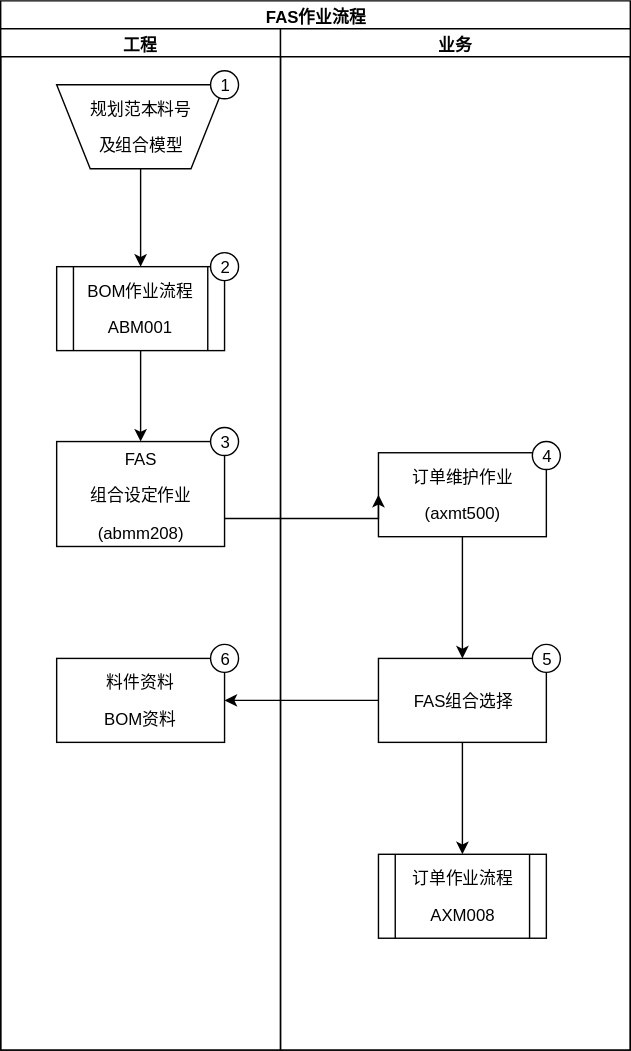
ft2017/sop keeps this draw.io diagram as ver01/ABM007.svg. Above is the earlier version. Source tidied: cells renumbered, new cells last; positions are measured from the earlier drawing's top-left corner, leaving out a move shared by most shapes.
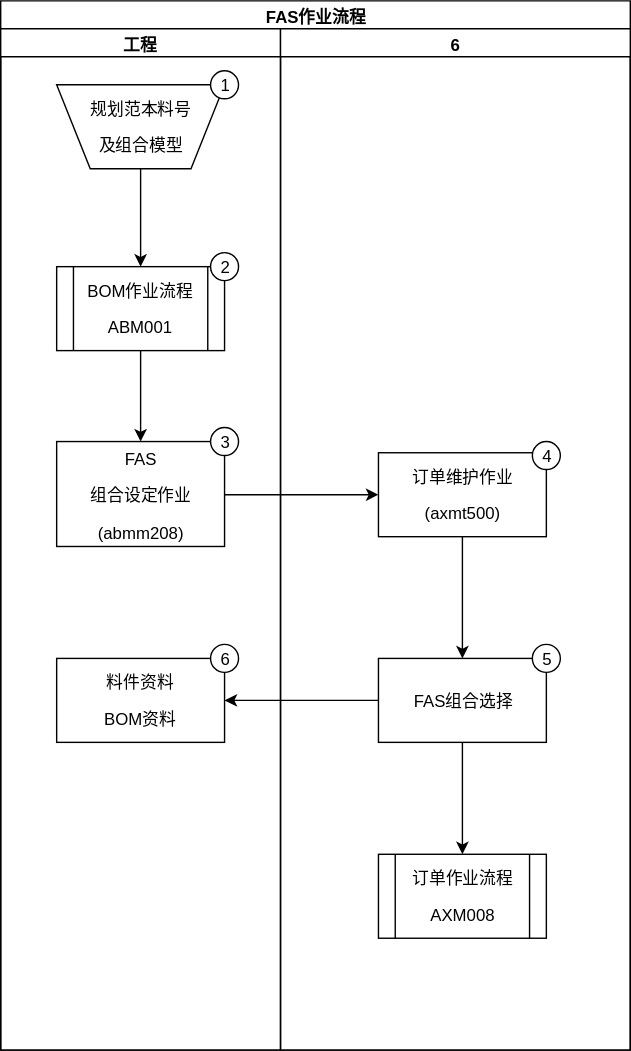
The same file after the commit.

What changed in the source:
```diff
@@ -41,7 +41,7 @@
     <mxCell id="14" value="6" style="ellipse;whiteSpace=wrap;html=1;" parent="3" vertex="1">
       <mxGeometry x="150" y="440" width="20" height="20" as="geometry" />
     </mxCell>
-    <mxCell id="15" value="&lt;b&gt;&lt;span&gt;业务&lt;/span&gt;&lt;/b&gt;" style="swimlane;html=1;startSize=20;" parent="2" vertex="1">
+    <mxCell id="15" value="6" style="swimlane;html=1;startSize=20;" parent="2" vertex="1">
       <mxGeometry x="200" y="20" width="250" height="730" as="geometry" />
     </mxCell>
     <mxCell id="16" value="&lt;p align=&quot;center&quot;&gt;&lt;span&gt;订单维护作业&lt;/span&gt;&lt;/p&gt;&lt;p align=&quot;center&quot;&gt;&lt;span lang=&quot;EN-US&quot;&gt;(axmt500)&lt;/span&gt;&lt;/p&gt;" style="whiteSpace=wrap;html=1;" parent="15" vertex="1">
@@ -56,12 +56,8 @@
     <mxCell id="19" value="5" style="ellipse;whiteSpace=wrap;html=1;" parent="15" vertex="1">
       <mxGeometry x="180" y="440" width="20" height="20" as="geometry" />
     </mxCell>
-    <mxCell id="20" style="edgeStyle=orthogonalEdgeStyle;rounded=0;html=1;jettySize=auto;entryX=0;entryY=0.5;" parent="2" edge="1" source="7" target="16">
-      <mxGeometry relative="1" as="geometry">
-        <Array as="points">
-          <mxPoint x="270" y="370" />
-        </Array>
-      </mxGeometry>
+    <mxCell id="20" style="edgeStyle=orthogonalEdgeStyle;rounded=0;html=1;entryX=0;entryY=0.5;jettySize=auto;" parent="2" edge="1" source="7" target="16">
+      <mxGeometry relative="1" as="geometry" />
     </mxCell>
     <mxCell id="21" style="edgeStyle=orthogonalEdgeStyle;rounded=0;html=1;jettySize=auto;" parent="1" edge="1" source="16">
       <mxGeometry relative="1" as="geometry">
```
